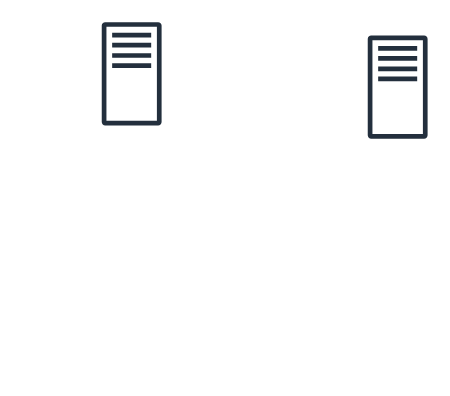
AndreVu/ActiveDirectoryLab keeps this draw.io diagram as .drawio. Above is the earlier version. Source tidied: cells renumbered, new cells numbered last; positions are measured from the earlier drawing's top-left corner, leaving out a move shared by most shapes. Both pictures are drawn from the tidied source at 133%, with x=0, y=0 at pixel (101, 21).
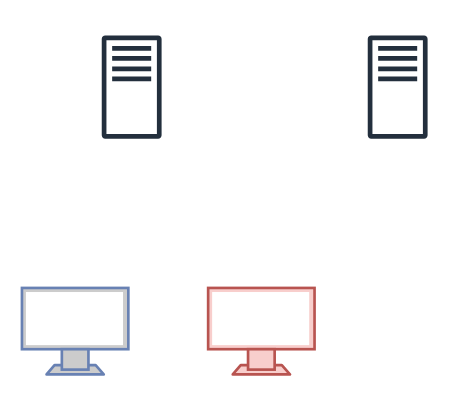
Above is the later version.

What changed in the source:
```diff
@@
 <mxGraphModel>
   <root>
     <mxCell id="0" />
     <mxCell id="1" parent="0" />
     <mxCell id="2" style="sketch=0;fontColor=#232F3E;gradientColor=none;fillColor=#232F3D;strokeColor=none;dashed=0;verticalLabelPosition=bottom;verticalAlign=top;align=center;html=1;fontSize=12;fontStyle=0;shape=mxgraph.aws4.traditional_server;" parent="1" vertex="1">
-      <mxGeometry width="45" height="78" as="geometry" />
+      <mxGeometry y="10" width="45" height="78" as="geometry" />
     </mxCell>
     <mxCell id="3" style="sketch=0;fontColor=#232F3E;gradientColor=none;fillColor=#232F3D;strokeColor=none;dashed=0;verticalLabelPosition=bottom;verticalAlign=top;align=center;html=1;fontSize=12;fontStyle=0;shape=mxgraph.aws4.traditional_server;" parent="1" vertex="1">
       <mxGeometry x="200" y="10" width="45" height="78" as="geometry" />
     </mxCell>
+    <mxCell id="4" style="fontColor=#0066CC;verticalAlign=top;verticalLabelPosition=bottom;labelPosition=center;align=center;html=1;fillColor=#CCCCCC;strokeColor=#6881B3;gradientColor=none;gradientDirection=north;strokeWidth=2;shape=mxgraph.networks.monitor;" parent="1" vertex="1">
+      <mxGeometry x="-60" y="200" width="80" height="65" as="geometry" />
+    </mxCell>
+    <mxCell id="5" style="verticalAlign=top;verticalLabelPosition=bottom;labelPosition=center;align=center;html=1;fillColor=#f8cecc;strokeColor=#b85450;gradientDirection=north;strokeWidth=2;shape=mxgraph.networks.monitor;" parent="1" vertex="1">
+      <mxGeometry x="80" y="200" width="80" height="65" as="geometry" />
+    </mxCell>
   </root>
 </mxGraphModel>
```
